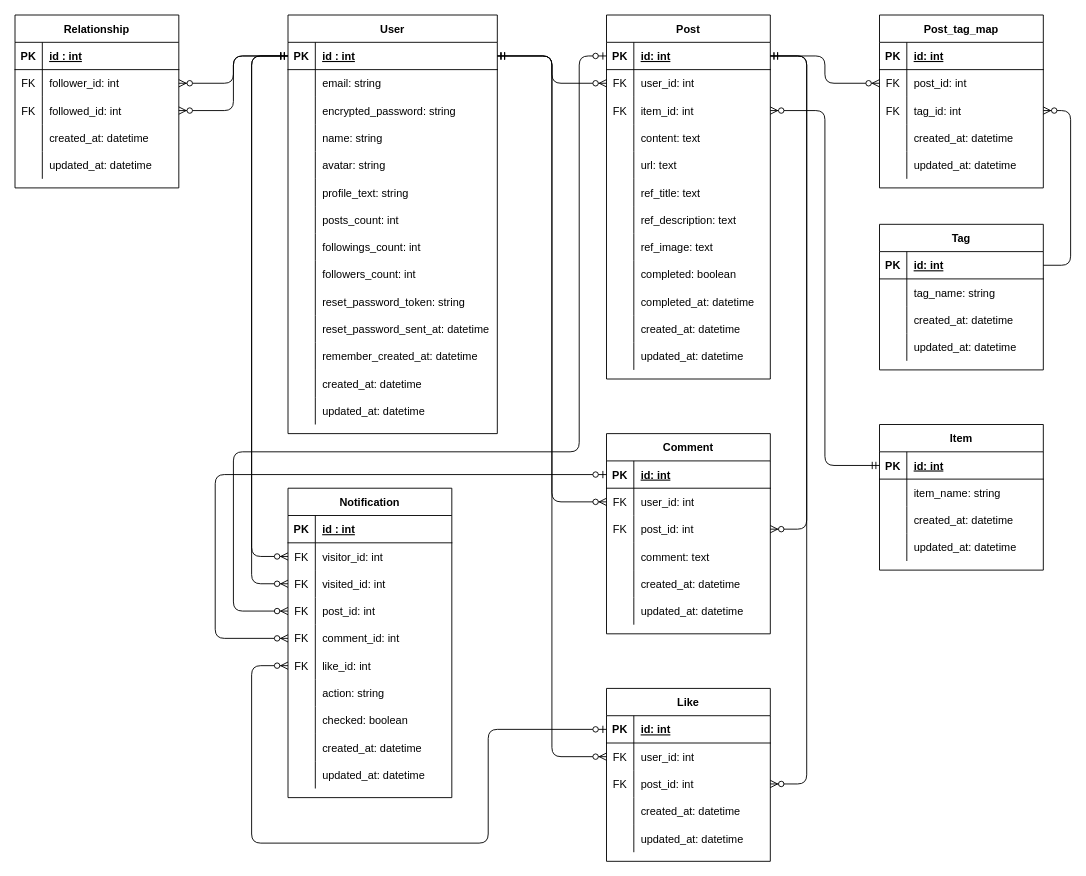
The draw.io diagram intelist_er.drawio in nosuke0611/intelist, before the edit. Source tidied: cells renumbered, new cells numbered last; positions are measured from the earlier drawing's top-left corner, leaving out a move shared by most shapes. Both pictures are drawn from the tidied source at 91%, with x=0, y=0 at pixel (15, 15).
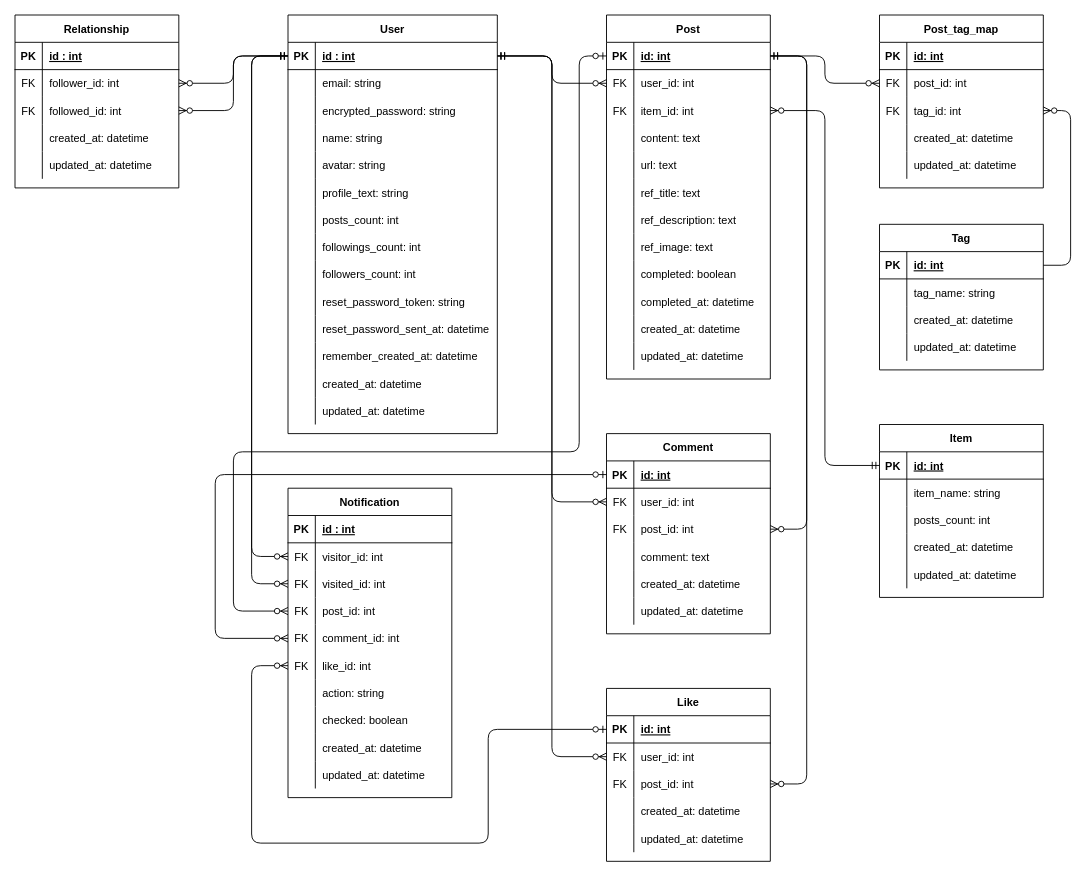
After the change.

The edit, as a diff of the source:
```diff
@@
     <mxCell id="21" value="Item" style="shape=table;startSize=30;childLayout=tableLayout;rowLines=0;fontStyle=1;align=center;fillColor=#FFFFFF;strokeColor=#000000;" parent="1" vertex="1">
-      <mxGeometry x="950" y="450" width="180" height="160" as="geometry" />
+      <mxGeometry x="950" y="450" width="180" height="190" as="geometry" />
     </mxCell>
@@
+    <mxCell id="221" style="shape=partialRectangle;fillColor=none;top=0;left=0;bottom=0;right=0;" parent="21" vertex="1">
+      <mxGeometry y="90" width="180" height="30" as="geometry" />
+    </mxCell>
+    <mxCell id="222" style="shape=partialRectangle;fillColor=none;top=0;left=0;bottom=0;right=0;overflow=hidden;" parent="221" vertex="1">
+      <mxGeometry width="30" height="30" as="geometry" />
+    </mxCell>
+    <mxCell id="223" value="posts_count: int " style="shape=partialRectangle;fillColor=none;top=0;left=0;bottom=0;right=0;align=left;spacingLeft=6;overflow=hidden;" parent="221" vertex="1">
+      <mxGeometry x="30" width="150" height="30" as="geometry" />
+    </mxCell>
     <mxCell id="28" style="shape=partialRectangle;fillColor=none;top=0;left=0;bottom=0;right=0;" parent="21" vertex="1">
-      <mxGeometry y="90" width="180" height="30" as="geometry" />
+      <mxGeometry y="120" width="180" height="30" as="geometry" />
     </mxCell>
@@
     <mxCell id="31" style="shape=partialRectangle;fillColor=none;top=0;left=0;bottom=0;right=0;" parent="21" vertex="1">
-      <mxGeometry y="120" width="180" height="30" as="geometry" />
+      <mxGeometry y="150" width="180" height="30" as="geometry" />
     </mxCell>
```
